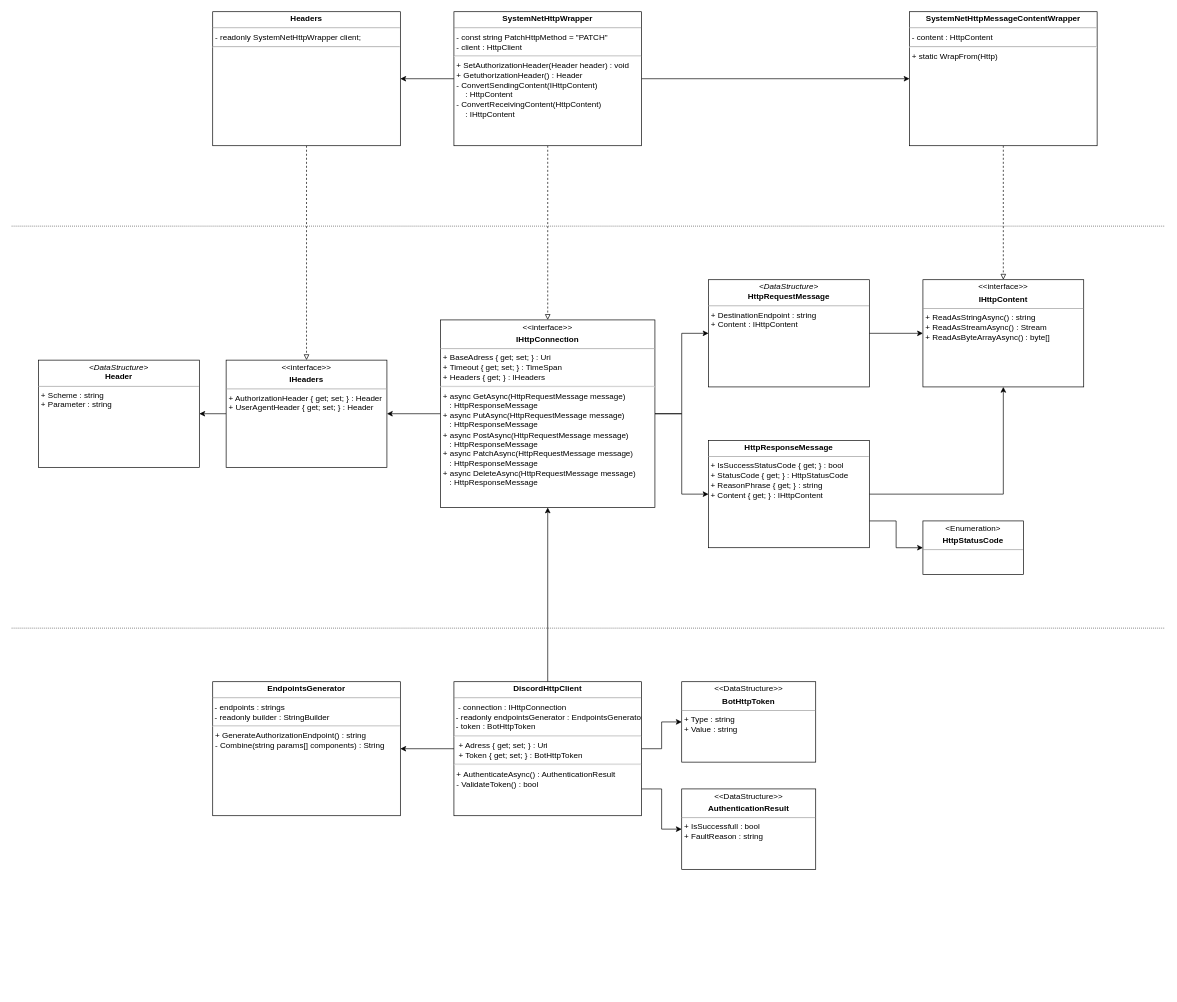
Before: NetworkConnections/API/HttpCommunication.drawio in Sinkholy/SyDiscordSharp, a draw.io diagram. Source tidied: cells renumbered, new cells numbered last; positions are measured from the earlier drawing's top-left corner, leaving out a move shared by most shapes. Both pictures are drawn from the tidied source at 67%, with x=0, y=0 at pixel (11, 11).
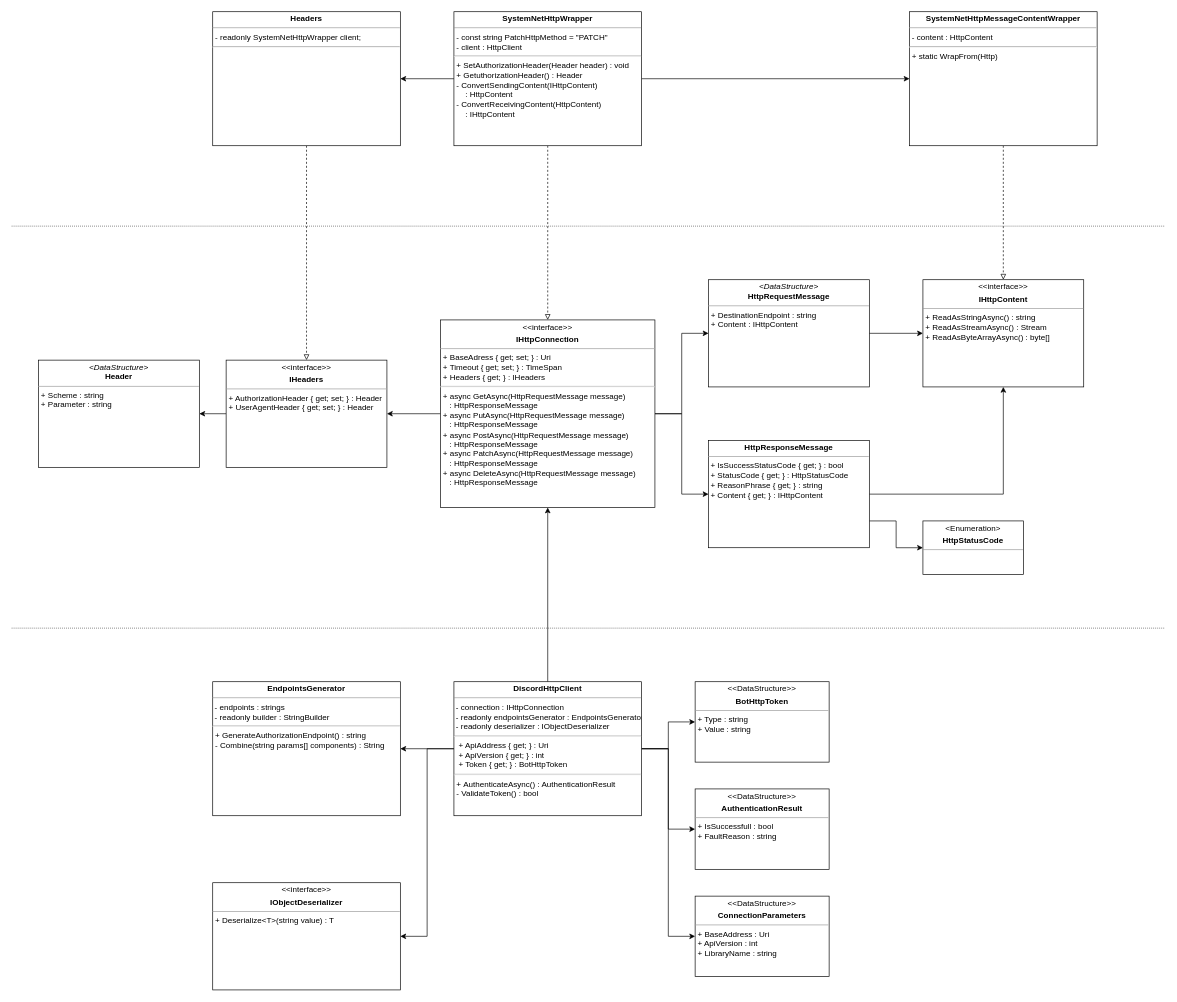
After the change.

Commit message (it also covers changes not shown here):
Added interface for deserialization. It will abstracts project from serialization method.

Unchanged cells that the change refers to:
```xml
<mxCell id="27" value="&lt;p style=&quot;margin: 0px ; margin-top: 4px ; text-align: center&quot;&gt;&lt;b&gt;EndpointsGenerator&lt;/b&gt;&lt;/p&gt;&lt;hr size=&quot;1&quot;&gt;&amp;nbsp;- endpoints : strings&amp;nbsp;&lt;br&gt;&amp;nbsp;- readonly builder : StringBuilder&lt;br&gt;&lt;p style=&quot;margin: 0px 0px 0px 4px&quot;&gt;&lt;/p&gt;&lt;p style=&quot;margin: 0px 0px 0px 4px&quot;&gt;&lt;/p&gt;&lt;hr&gt;&lt;p style=&quot;margin: 0px 0px 0px 4px&quot;&gt;&lt;span&gt;+ GenerateAuthorizationEndpoint() : string&lt;/span&gt;&lt;/p&gt;&lt;p style=&quot;margin: 0px 0px 0px 4px&quot;&gt;&lt;span&gt;- Combine(string params[] components) : String&lt;/span&gt;&lt;br&gt;&lt;/p&gt;" style="verticalAlign=top;align=left;overflow=fill;fontSize=12;fontFamily=Helvetica;html=1;shadow=0;comic=0;labelBackgroundColor=none;strokeWidth=1;" parent="1" vertex="1">
  <mxGeometry x="300" y="1000" width="280" height="200" as="geometry" />
</mxCell>
```

Change to the diagram source:
```diff
@@
+    <mxCell id="14" style="edgeStyle=orthogonalEdgeStyle;rounded=0;jettySize=auto;html=1;entryX=1;entryY=0.5;entryDx=0;entryDy=0;" parent="1" edge="1" source="16" target="27">
+      <mxGeometry relative="1" as="geometry" />
+    </mxCell>
@@
-    <mxCell id="14" style="edgeStyle=orthogonalEdgeStyle;rounded=0;jettySize=auto;html=1;entryX=1;entryY=0.5;entryDx=0;entryDy=0;" parent="1" edge="1" source="16" target="27">
-      <mxGeometry relative="1" as="geometry" />
-    </mxCell>
     <mxCell id="15" style="edgeStyle=orthogonalEdgeStyle;rounded=0;jettySize=auto;html=1;entryX=0;entryY=0.5;entryDx=0;entryDy=0;" parent="1" edge="1" source="16" target="33">
-      <mxGeometry relative="1" as="geometry">
-        <Array as="points">
-          <mxPoint x="970" y="1160" />
-          <mxPoint x="970" y="1220" />
-        </Array>
-      </mxGeometry>
+      <mxGeometry relative="1" as="geometry" />
     </mxCell>
+    <mxCell id="34" style="edgeStyle=orthogonalEdgeStyle;rounded=0;jettySize=auto;html=1;entryX=0;entryY=0.5;entryDx=0;entryDy=0;" parent="1" edge="1" source="16" target="36">
+      <mxGeometry relative="1" as="geometry" />
+    </mxCell>
+    <mxCell id="35" style="edgeStyle=orthogonalEdgeStyle;rounded=0;jettySize=auto;html=1;entryX=1;entryY=0.5;entryDx=0;entryDy=0;" parent="1" edge="1" source="16" target="37">
+      <mxGeometry relative="1" as="geometry" />
+    </mxCell>
-    <mxCell id="16" value="&lt;p style=&quot;margin: 0px ; margin-top: 4px ; text-align: center&quot;&gt;&lt;b&gt;DiscordHttpClient&lt;/b&gt;&lt;/p&gt;&lt;hr size=&quot;1&quot;&gt;&amp;nbsp;&lt;span&gt;&amp;nbsp;- connection : IHttpConnection&lt;br&gt;&amp;nbsp;- readonly endpointsGenerator : EndpointsGenerator&lt;br&gt;&lt;/span&gt;&amp;nbsp;- token : BotHttpToken&lt;br&gt;&lt;hr&gt;&lt;p style=&quot;margin: 0px ; margin-left: 4px&quot;&gt;&amp;nbsp;+ Adress { get; set; } : Uri&lt;br&gt;&amp;nbsp;+ Token { get; set; } :&amp;nbsp;&lt;span style=&quot;text-align: center&quot;&gt;BotHttpToken&lt;/span&gt;&lt;br&gt;&lt;/p&gt;&lt;p style=&quot;margin: 0px 0px 0px 4px&quot;&gt;&lt;/p&gt;&lt;p style=&quot;margin: 0px 0px 0px 4px&quot;&gt;&lt;/p&gt;&lt;hr&gt;&lt;p style=&quot;margin: 0px 0px 0px 4px&quot;&gt;+&amp;nbsp;&lt;span&gt;Authenticate&lt;/span&gt;&lt;span&gt;Async() : AuthenticationResult&lt;/span&gt;&lt;/p&gt;&lt;p style=&quot;margin: 0px 0px 0px 4px&quot;&gt;- ValidateToken() : bool&amp;nbsp;&lt;/p&gt;" style="verticalAlign=top;align=left;overflow=fill;fontSize=12;fontFamily=Helvetica;html=1;shadow=0;comic=0;labelBackgroundColor=none;strokeWidth=1;" parent="1" vertex="1">
+    <mxCell id="16" value="&lt;p style=&quot;margin: 0px ; margin-top: 4px ; text-align: center&quot;&gt;&lt;b&gt;DiscordHttpClient&lt;/b&gt;&lt;/p&gt;&lt;hr size=&quot;1&quot;&gt;&amp;nbsp;&lt;span&gt;- connection : IHttpConnection&lt;br&gt;&amp;nbsp;- readonly endpointsGenerator : EndpointsGenerator&lt;br&gt;&lt;/span&gt;&amp;nbsp;- readonly deserializer : IObjectDeserializer&lt;br&gt;&lt;hr&gt;&lt;p style=&quot;margin: 0px ; margin-left: 4px&quot;&gt;&amp;nbsp;+ ApiAddress { get; } : Uri&lt;/p&gt;&lt;p style=&quot;margin: 0px ; margin-left: 4px&quot;&gt;&amp;nbsp;+ ApiVersion { get; } : int&lt;br&gt;&amp;nbsp;+ Token { get; } :&amp;nbsp;&lt;span style=&quot;text-align: center&quot;&gt;BotHttpToken&lt;/span&gt;&lt;br&gt;&lt;/p&gt;&lt;p style=&quot;margin: 0px 0px 0px 4px&quot;&gt;&lt;/p&gt;&lt;p style=&quot;margin: 0px 0px 0px 4px&quot;&gt;&lt;/p&gt;&lt;hr&gt;&lt;p style=&quot;margin: 0px 0px 0px 4px&quot;&gt;+&amp;nbsp;&lt;span&gt;Authenticate&lt;/span&gt;&lt;span&gt;Async() : AuthenticationResult&lt;/span&gt;&lt;/p&gt;&lt;p style=&quot;margin: 0px 0px 0px 4px&quot;&gt;- ValidateToken() : bool&amp;nbsp;&lt;/p&gt;" style="verticalAlign=top;align=left;overflow=fill;fontSize=12;fontFamily=Helvetica;html=1;shadow=0;comic=0;labelBackgroundColor=none;strokeWidth=1;" parent="1" vertex="1">
       <mxGeometry x="660" y="1000" width="280" height="200" as="geometry" />
     </mxCell>
     <mxCell id="17" value="&lt;p style=&quot;margin: 0px ; margin-top: 4px ; text-align: center&quot;&gt;&amp;lt;&amp;lt;DataStructure&amp;gt;&amp;gt;&lt;/p&gt;&lt;p style=&quot;margin: 0px ; margin-top: 4px ; text-align: center&quot;&gt;&lt;b&gt;BotHttpToken&lt;/b&gt;&lt;/p&gt;&lt;hr size=&quot;1&quot;&gt;&lt;p style=&quot;margin: 0px ; margin-left: 4px&quot;&gt;&lt;/p&gt;&lt;p style=&quot;margin: 0px ; margin-left: 4px&quot;&gt;+ Type : string&lt;/p&gt;&lt;p style=&quot;margin: 0px ; margin-left: 4px&quot;&gt;+ Value : string&lt;/p&gt;" style="verticalAlign=top;align=left;overflow=fill;fontSize=12;fontFamily=Helvetica;html=1;shadow=0;comic=0;labelBackgroundColor=none;strokeWidth=1;" parent="1" vertex="1">
-      <mxGeometry x="1000" y="1000" width="200" height="120" as="geometry" />
+      <mxGeometry x="1020" y="1000" width="200" height="120" as="geometry" />
     </mxCell>
@@
     <mxCell id="33" value="&lt;p style=&quot;margin: 0px ; margin-top: 4px ; text-align: center&quot;&gt;&amp;lt;&amp;lt;DataStructure&amp;gt;&amp;gt;&lt;/p&gt;&lt;p style=&quot;margin: 0px ; margin-top: 4px ; text-align: center&quot;&gt;&lt;b&gt;AuthenticationResult&lt;/b&gt;&lt;/p&gt;&lt;hr size=&quot;1&quot;&gt;&lt;p style=&quot;margin: 0px ; margin-left: 4px&quot;&gt;&lt;/p&gt;&lt;p style=&quot;margin: 0px ; margin-left: 4px&quot;&gt;+ IsSuccessfull : bool&lt;/p&gt;&lt;p style=&quot;margin: 0px ; margin-left: 4px&quot;&gt;+ FaultReason : string&lt;/p&gt;" style="verticalAlign=top;align=left;overflow=fill;fontSize=12;fontFamily=Helvetica;html=1;shadow=0;comic=0;labelBackgroundColor=none;strokeWidth=1;" parent="1" vertex="1">
-      <mxGeometry x="1000" y="1160" width="200" height="120" as="geometry" />
+      <mxGeometry x="1020" y="1160" width="200" height="120" as="geometry" />
     </mxCell>
+    <mxCell id="36" value="&lt;p style=&quot;margin: 0px ; margin-top: 4px ; text-align: center&quot;&gt;&amp;lt;&amp;lt;DataStructure&amp;gt;&amp;gt;&lt;/p&gt;&lt;p style=&quot;margin: 0px ; margin-top: 4px ; text-align: center&quot;&gt;&lt;b&gt;ConnectionParameters&lt;/b&gt;&lt;/p&gt;&lt;hr size=&quot;1&quot;&gt;&lt;p style=&quot;margin: 0px ; margin-left: 4px&quot;&gt;&lt;/p&gt;&lt;p style=&quot;margin: 0px ; margin-left: 4px&quot;&gt;+ BaseAddress : Uri&lt;/p&gt;&lt;p style=&quot;margin: 0px ; margin-left: 4px&quot;&gt;+ ApiVersion : int&lt;/p&gt;&lt;p style=&quot;margin: 0px ; margin-left: 4px&quot;&gt;+ LibraryName : string&lt;/p&gt;" style="verticalAlign=top;align=left;overflow=fill;fontSize=12;fontFamily=Helvetica;html=1;shadow=0;comic=0;labelBackgroundColor=none;strokeWidth=1;" parent="1" vertex="1">
+      <mxGeometry x="1020" y="1320" width="200" height="120" as="geometry" />
+    </mxCell>
+    <mxCell id="37" value="&lt;p style=&quot;margin: 0px ; margin-top: 4px ; text-align: center&quot;&gt;&amp;lt;&amp;lt;interface&amp;gt;&amp;gt;&lt;/p&gt;&lt;p style=&quot;margin: 0px ; margin-top: 4px ; text-align: center&quot;&gt;&lt;b&gt;IObjectDeserializer&lt;/b&gt;&lt;/p&gt;&lt;hr size=&quot;1&quot;&gt;&lt;p style=&quot;margin: 0px ; margin-left: 4px&quot;&gt;&lt;/p&gt;&lt;p style=&quot;margin: 0px ; margin-left: 4px&quot;&gt;&lt;span&gt;+ Deserialize&amp;lt;T&amp;gt;(string value) : T&lt;/span&gt;&lt;/p&gt;" style="verticalAlign=top;align=left;overflow=fill;fontSize=12;fontFamily=Helvetica;html=1;shadow=0;comic=0;labelBackgroundColor=none;strokeWidth=1;" parent="1" vertex="1">
+      <mxGeometry x="300" y="1300" width="280" height="160" as="geometry" />
+    </mxCell>
```
